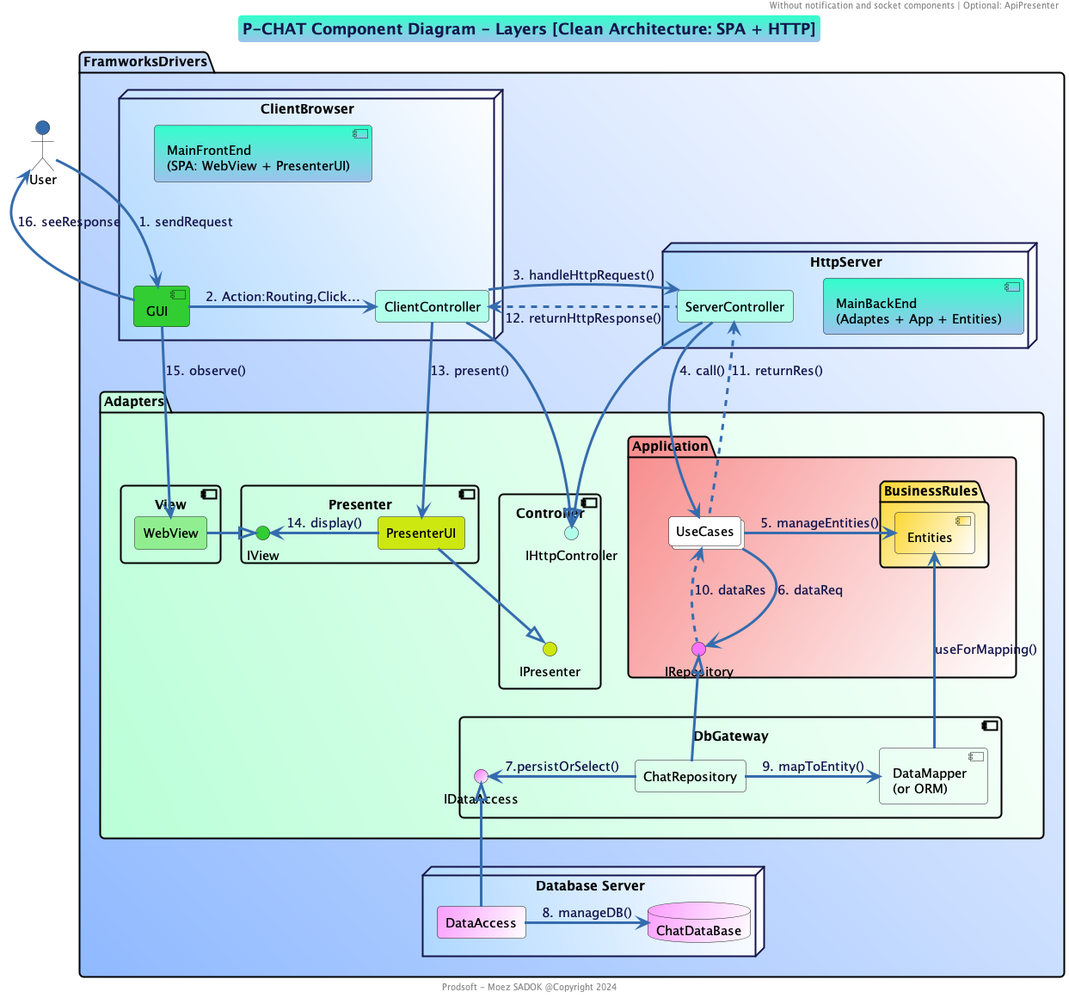
The PlantUML diagram out/docs/design/component-diagram-layers-no-api-presenter-no-notif/component-diagram-layers-no-api-presenter-no-notif.png in moez-sadok/chat-clean-architecture, before a commit. The source it was exported from:
```plantuml
@startuml

!include prodsoft.wsd

title P-CHAT Component Diagram - Layers [Clean Architecture: SPA + HTTP]
header  Without notification and socket components | Optional: ApiPresenter
footer Prodsoft - Moez SADOK @Copyright 2024

actor User $SECONDARY

package "FramworksDrivers" #90baff\White;line:Black;line.bold {

    node "ClientBrowser" #afd8ff\White  {

        component [MainFrontEnd\n(SPA: WebView + PresenterUI)] as MainFrontEnd
        rectangle  ClientController $PRIMARY_LIGHT
        [GUI] #LimeGreen
        MainFrontEnd -[hidden]- GUI
    }

    package "Adapters" #baffd8\White;line:Black;line.bold {

        package "Application" #f88c8c/White;line:Black;line.bold {
            interface IRepository #fa72ff
            collections UseCases #White

            package "BusinessRules" #FDD835/White;line:Black;line.bold {
                [Entities] #FDD835/White
            }

        }

        component "DbGateway" #transparent;line:Black;line.bold {
            interface IDataAccess #fa72ff/White
            rectangle ChatRepository #transparent
            rectangle [DataMapper\n(or ORM)] as DataMapper #transparent
        }

        component Controller #transparent;line:Black;line.bold{
            interface IHttpController  $PRIMARY_LIGHT
            interface IPresenter #CDE711
        }

        component Presenter #transparent;line:Black;line.bold{
            interface IView #LimeGreen
            rectangle PresenterUI #CDE711
        }

        component View #transparent;line:Black;line.bold{
            rectangle  WebView #LightGreen
        }
    }

    node "HttpServer" #afd8ff\White {
         component [MainBackEnd\n(Adaptes + App + Entities)] as MainBackEnd
        rectangle ServerController  $PRIMARY_LIGHT
    }

    node "Database Server" #afd8ff\White {
        database ChatDataBase #fc9eff/White
        rectangle DataAccess #fc9eff/White
    }

}


Application -left[hidden]- IHttpController

User -right-> GUI : 1. sendRequest
GUI -right-> ClientController : 2. Action:Routing,Click...
ClientController <.right. ServerController : 12. returnHttpResponse()
ClientController -right-> ServerController : 3. handleHttpRequest()
ServerController -down-> UseCases : 4. call()
ServerController <.down. UseCases : 11. returnRes()
UseCases -right-> Entities  : 5. manageEntities()

GUI -down-> WebView : 15. observe()
PresenterUI --|>  IPresenter
WebView -right-|> IView
ClientController -down-|>  IHttpController

ClientController --> PresenterUI  : 13. present()
IView <-right- PresenterUI : 14. display()
GUI  -up-> User : 16. seeResponse
IPresenter  -up[hidden]- IHttpController

ServerController -down-|>  IHttpController

IRepository <-up- UseCases : 6. dataReq
IRepository .up.> UseCases : 10. dataRes
ChatRepository  -up-|>  IRepository
ChatRepository -left-> IDataAccess : 7.persistOrSelect()
ChatRepository -right-> DataMapper : 9. mapToEntity()
DataAccess -up-|> IDataAccess
DataAccess -right-> ChatDataBase : 8. manageDB()
DataMapper -up-> Entities: useForMapping()

@enduml
```
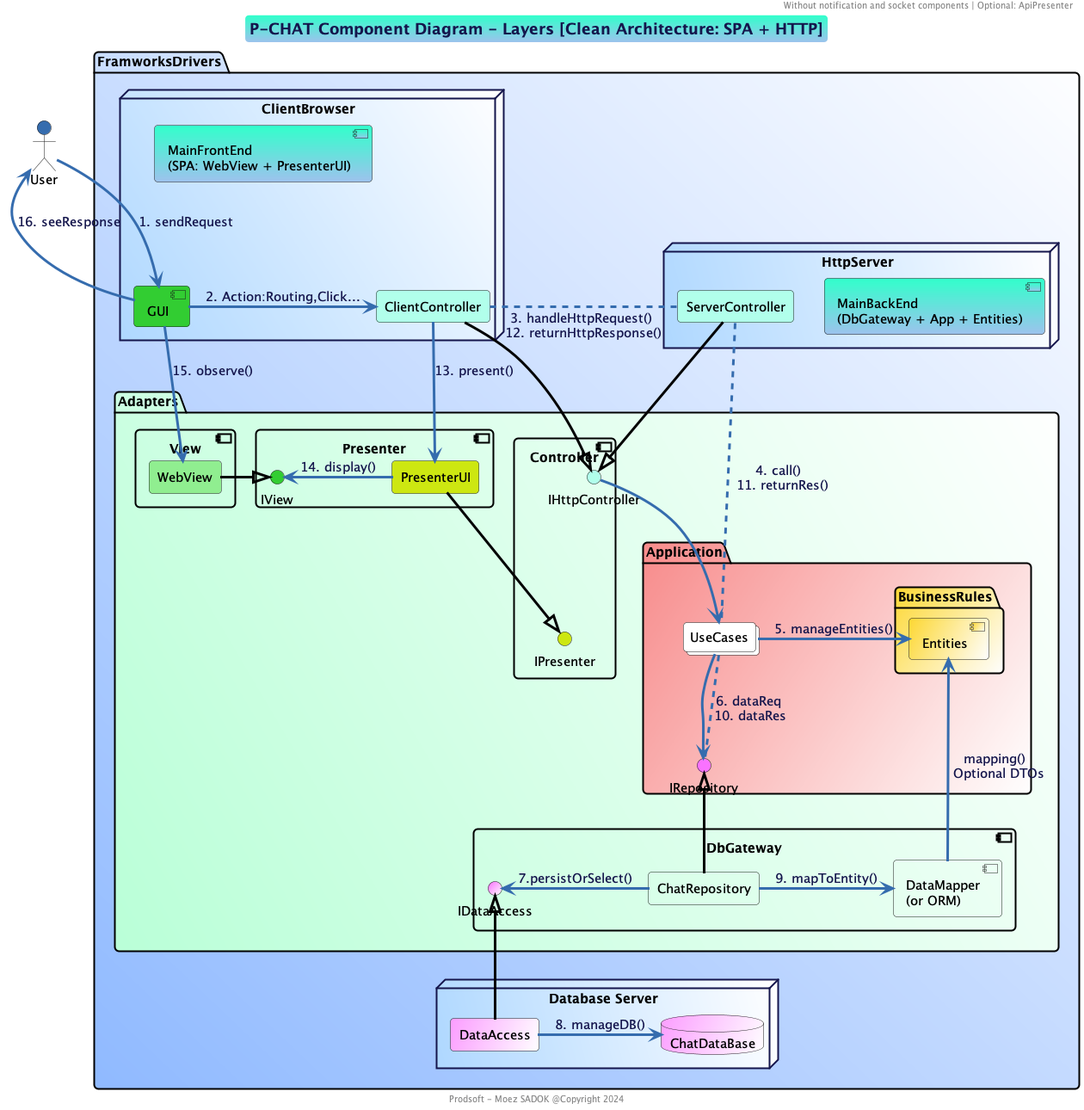
Later version of the same file.

Commit message:
[Docs] split component diagrams

The edit, as a diff of the source:
```diff
@@ -52,7 +52,7 @@
     }
 
     node "HttpServer" #afd8ff\White {
-         component [MainBackEnd\n(Adaptes + App + Entities)] as MainBackEnd
+        component [MainBackEnd\n(DbGateway + App + Entities)] as MainBackEnd
         rectangle ServerController  $PRIMARY_LIGHT
     }
 
@@ -68,31 +68,35 @@
 
 User -right-> GUI : 1. sendRequest
 GUI -right-> ClientController : 2. Action:Routing,Click...
-ClientController <.right. ServerController : 12. returnHttpResponse()
-ClientController -right-> ServerController : 3. handleHttpRequest()
-ServerController -down-> UseCases : 4. call()
-ServerController <.down. UseCases : 11. returnRes()
+ClientController .right. ServerController : 3. handleHttpRequest() \n12. returnHttpResponse()
+ServerController .down. UseCases : 4. call() \n 11. returnRes()
+IHttpController -down-> UseCases
 UseCases -right-> Entities  : 5. manageEntities()
 
 GUI -down-> WebView : 15. observe()
-PresenterUI --|>  IPresenter
-WebView -right-|> IView
-ClientController -down-|>  IHttpController
+PresenterUI --|>  IPresenter #Black
+WebView -right-|> IView #Black
+ClientController -down-|>  IHttpController #Black
 
 ClientController --> PresenterUI  : 13. present()
 IView <-right- PresenterUI : 14. display()
 GUI  -up-> User : 16. seeResponse
 IPresenter  -up[hidden]- IHttpController
 
-ServerController -down-|>  IHttpController
+ServerController -down-|>  IHttpController #Black
 
-IRepository <-up- UseCases : 6. dataReq
-IRepository .up.> UseCases : 10. dataRes
-ChatRepository  -up-|>  IRepository
+IRepository .up. UseCases : 6. dataReq \n10. dataRes
+IRepository <-up- UseCases
+
+ChatRepository  -up-|>  IRepository #Black
 ChatRepository -left-> IDataAccess : 7.persistOrSelect()
 ChatRepository -right-> DataMapper : 9. mapToEntity()
-DataAccess -up-|> IDataAccess
+DataAccess -up-|> IDataAccess #Black
 DataAccess -right-> ChatDataBase : 8. manageDB()
-DataMapper -up-> Entities: useForMapping()
+DataMapper -up-> Entities: mapping() \n Optional DTOs
+
+
+
+
 
 @enduml
```
